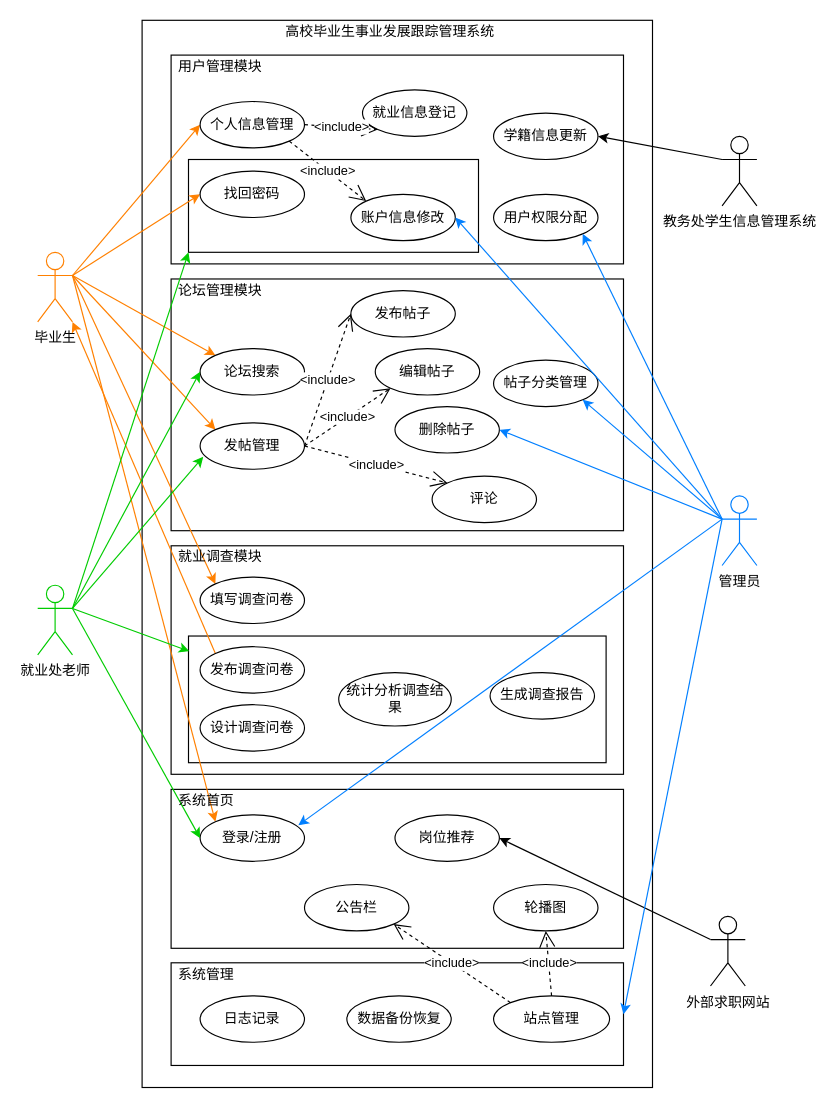
The draw.io diagram 用例图.drawio in Ringo-linqin/drawio, before the edit. Source tidied: cells renumbered, new cells numbered last; positions are measured from the earlier drawing's top-left corner, leaving out a move shared by most shapes. Both pictures are drawn from the tidied source at 116%, with x=0, y=0 at pixel (37, 20).
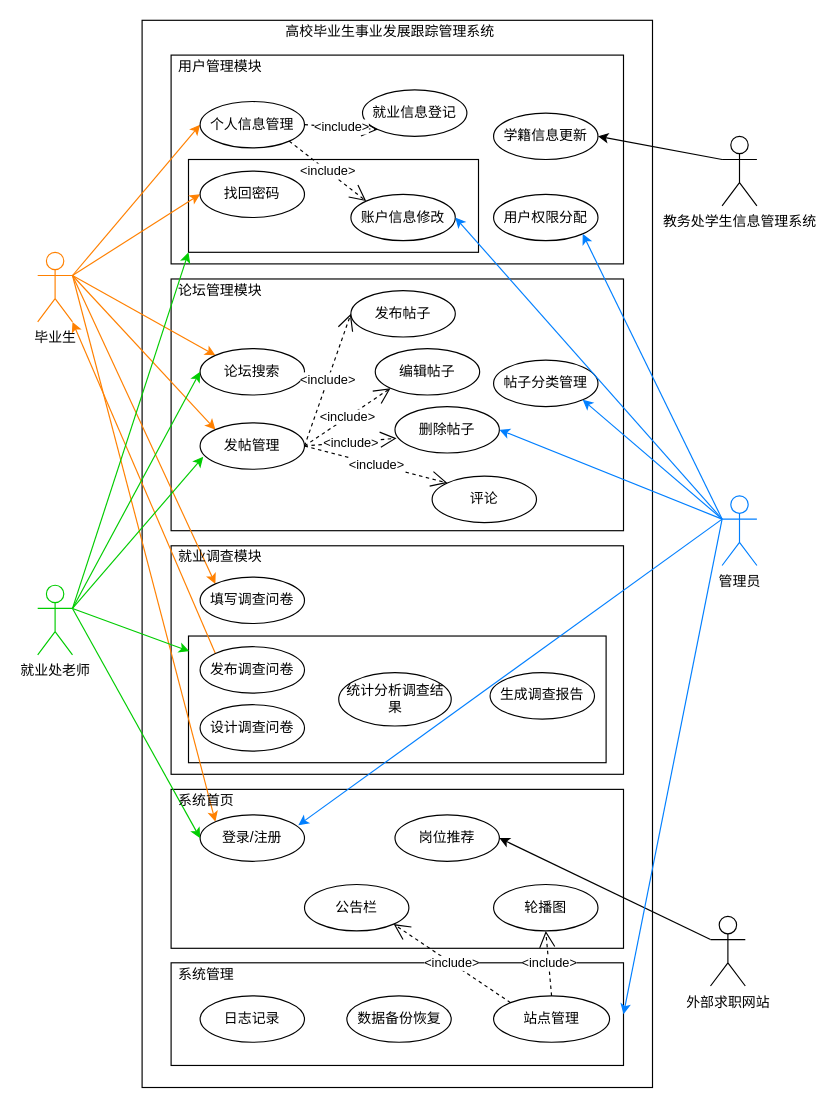
After the change.

Commit message:
更新用例图.drawio

Unchanged cells that the change refers to:
```xml
<mxCell id="23" value="删除帖子" style="ellipse;whiteSpace=wrap;html=1;" parent="1" vertex="1">
  <mxGeometry x="308" y="333" width="90" height="40" as="geometry" />
</mxCell>
<mxCell id="42" value="发帖管理" style="ellipse;whiteSpace=wrap;html=1;" parent="1" vertex="1">
  <mxGeometry x="140" y="347" width="90" height="40" as="geometry" />
</mxCell>
```

Diff of the diagram source:
```diff
@@
+    <mxCell id="73" value="&amp;lt;include&amp;gt;" style="endArrow=open;endSize=12;dashed=1;html=1;rounded=0;exitX=1;exitY=0.5;exitDx=0;exitDy=0;entryX=0.015;entryY=0.683;entryDx=0;entryDy=0;entryPerimeter=0;" parent="1" edge="1" source="42" target="23">
+      <mxGeometry relative="1" as="geometry" />
+    </mxCell>
```
